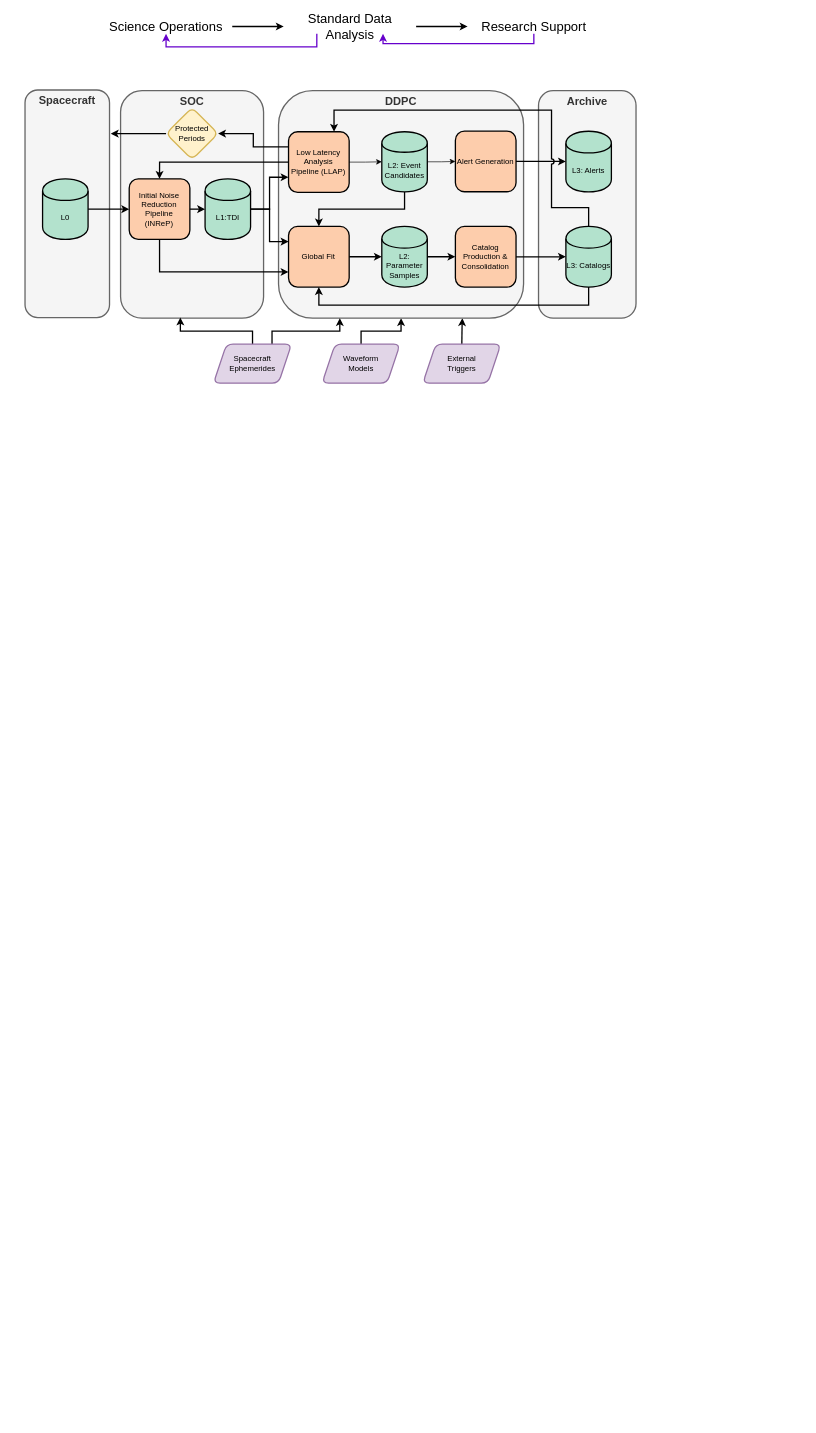
Earlier version of the draw.io diagram page "Overview" (1 of 5) of LISADataFlow.drawio (tlittenberg/ldasoft). Source tidied: cells renumbered, new cells numbered last; positions are measured from the earlier drawing's top-left corner, leaving out a move shared by most shapes. Both pictures are drawn from the tidied source at 65%, with x=0, y=0 at pixel (25, 19).
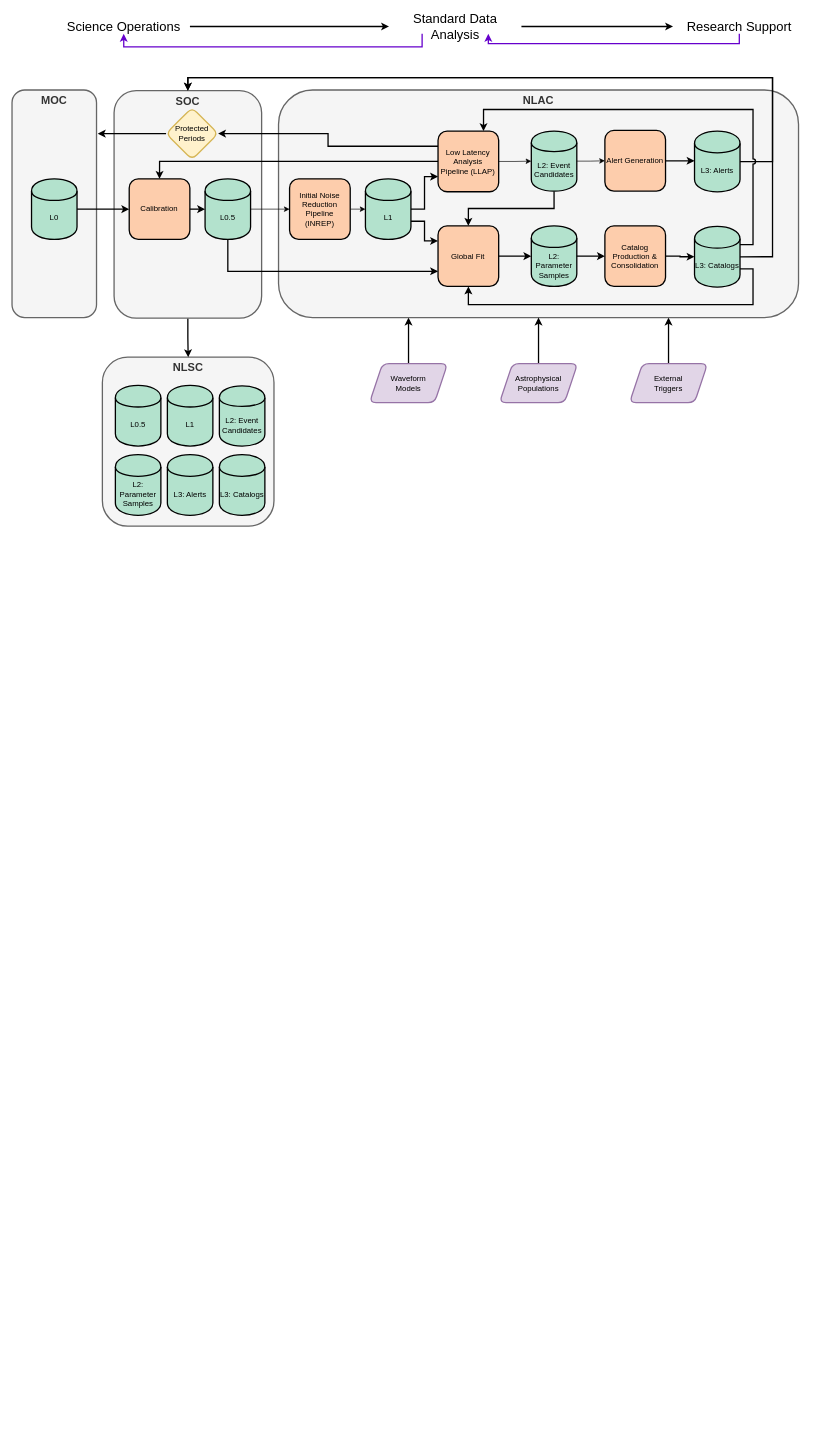
Above is the later version.

Change to the diagram source:
```diff
@@
-    <mxCell id="2" value="Archive" style="rounded=1;whiteSpace=wrap;html=1;fillColor=#f5f5f5;strokeColor=#666666;fontColor=#333333;verticalAlign=top;fontSize=17;fontStyle=1;strokeWidth=2;" parent="1" vertex="1">
-      <mxGeometry x="790" y="110" width="150" height="350" as="geometry" />
+    <mxCell id="2" value="NLSC" style="rounded=1;whiteSpace=wrap;html=1;fillColor=#f5f5f5;strokeColor=#666666;fontColor=#333333;verticalAlign=top;fontSize=17;fontStyle=1;strokeWidth=2;" parent="1" vertex="1">
+      <mxGeometry x="119" y="520" width="264" height="260" as="geometry" />
     </mxCell>
-    <mxCell id="3" value="Spacecraft" style="rounded=1;whiteSpace=wrap;html=1;fillColor=#f5f5f5;strokeColor=#666666;fontColor=#333333;verticalAlign=top;fontSize=17;fontStyle=1;strokeWidth=2;" parent="1" vertex="1">
-      <mxGeometry y="109" width="130" height="350" as="geometry" />
+    <mxCell id="3" value="MOC" style="rounded=1;whiteSpace=wrap;html=1;fillColor=#f5f5f5;strokeColor=#666666;fontColor=#333333;verticalAlign=top;fontSize=17;fontStyle=1;strokeWidth=2;" parent="1" vertex="1">
+      <mxGeometry x="-20" y="109" width="130" height="350" as="geometry" />
     </mxCell>
@@
     <mxCell id="5" value="Science Operations" style="text;html=1;strokeColor=none;fillColor=none;align=center;verticalAlign=middle;whiteSpace=wrap;rounded=0;fontSize=20;" parent="1" vertex="1">
-      <mxGeometry x="115.1" width="203.7" height="22.6" as="geometry" />
+      <mxGeometry x="50" width="203.7" height="22.6" as="geometry" />
     </mxCell>
@@
     <mxCell id="7" value="Standard Data Analysis" style="text;html=1;strokeColor=none;fillColor=none;align=center;verticalAlign=middle;whiteSpace=wrap;rounded=0;fontSize=20;" parent="1" vertex="1">
-      <mxGeometry x="398" width="203.7" height="22.6" as="geometry" />
+      <mxGeometry x="560" width="203.7" height="22.6" as="geometry" />
     </mxCell>
@@
     <mxCell id="10" value="Research Support" style="text;html=1;strokeColor=none;fillColor=none;align=center;verticalAlign=middle;whiteSpace=wrap;rounded=0;fontSize=20;" parent="1" vertex="1">
-      <mxGeometry x="680.9" width="203.7" height="22.6" as="geometry" />
+      <mxGeometry x="997" width="203.7" height="22.6" as="geometry" />
     </mxCell>
@@
-    <mxCell id="12" style="edgeStyle=orthogonalEdgeStyle;rounded=0;jumpStyle=arc;jettySize=auto;html=1;exitX=0.5;exitY=0;exitDx=0;exitDy=0;entryX=0.5;entryY=1;entryDx=0;entryDy=0;strokeColor=#000000;strokeWidth=2;" parent="1" edge="1" source="13" target="16">
+    <mxCell id="12" style="edgeStyle=orthogonalEdgeStyle;rounded=0;jumpStyle=arc;jettySize=auto;html=1;exitX=0.5;exitY=0;exitDx=0;exitDy=0;entryX=0.25;entryY=1;entryDx=0;entryDy=0;strokeColor=#000000;strokeWidth=2;" parent="1" edge="1" source="13" target="16">
       <mxGeometry relative="1" as="geometry" />
     </mxCell>
     <mxCell id="13" value="Waveform &lt;br&gt;Models" style="shape=parallelogram;perimeter=parallelogramPerimeter;whiteSpace=wrap;html=1;fixedSize=1;rounded=1;fillColor=#e1d5e7;strokeColor=#9673a6;strokeWidth=2;" parent="1" vertex="1">
-      <mxGeometry x="457" y="500" width="120" height="60" as="geometry" />
+      <mxGeometry x="530" y="530" width="120" height="60" as="geometry" />
     </mxCell>
-    <mxCell id="14" style="edgeStyle=orthogonalEdgeStyle;rounded=0;jumpStyle=arc;jettySize=auto;html=1;exitX=0.5;exitY=0;exitDx=0;exitDy=0;entryX=0.75;entryY=1;entryDx=0;entryDy=0;strokeColor=#000000;strokeWidth=2;" parent="1" edge="1" source="15" target="16">
+    <mxCell id="14" style="edgeStyle=orthogonalEdgeStyle;rounded=0;jumpStyle=arc;jettySize=auto;html=1;exitX=0.5;exitY=0;exitDx=0;exitDy=0;strokeColor=#000000;strokeWidth=2;entryX=0.75;entryY=1;entryDx=0;entryDy=0;" parent="1" edge="1" source="15" target="16">
       <mxGeometry relative="1" as="geometry" />
     </mxCell>
     <mxCell id="15" value="External &lt;br&gt;Triggers" style="shape=parallelogram;perimeter=parallelogramPerimeter;whiteSpace=wrap;html=1;fixedSize=1;rounded=1;fillColor=#e1d5e7;strokeColor=#9673a6;strokeWidth=2;" parent="1" vertex="1">
-      <mxGeometry x="612" y="500" width="120" height="60" as="geometry" />
+      <mxGeometry x="930" y="530" width="120" height="60" as="geometry" />
     </mxCell>
-    <mxCell id="16" value="DDPC" style="rounded=1;whiteSpace=wrap;html=1;fillColor=#f5f5f5;strokeColor=#666666;fontColor=#333333;verticalAlign=top;fontSize=17;fontStyle=1;strokeWidth=2;" parent="1" vertex="1">
-      <mxGeometry x="390" y="110" width="377" height="350" as="geometry" />
+    <mxCell id="16" value="NLAC" style="rounded=1;whiteSpace=wrap;html=1;fillColor=#f5f5f5;strokeColor=#666666;fontColor=#333333;verticalAlign=top;fontSize=17;fontStyle=1;strokeWidth=2;" parent="1" vertex="1">
+      <mxGeometry x="390" y="109" width="800" height="350" as="geometry" />
     </mxCell>
+    <mxCell id="50" style="edgeStyle=orthogonalEdgeStyle;rounded=0;jettySize=auto;html=1;exitX=0.5;exitY=1;exitDx=0;exitDy=0;entryX=0.5;entryY=0;entryDx=0;entryDy=0;strokeWidth=2;" parent="1" edge="1" source="17" target="2">
+      <mxGeometry relative="1" as="geometry" />
+    </mxCell>
     <mxCell id="17" value="SOC" style="rounded=1;whiteSpace=wrap;html=1;fillColor=#f5f5f5;strokeColor=#666666;fontColor=#333333;verticalAlign=top;fontSize=17;fontStyle=1;strokeWidth=2;" parent="1" vertex="1">
-      <mxGeometry x="147" y="110" width="220" height="350" as="geometry" />
+      <mxGeometry x="137" y="110" width="227" height="350" as="geometry" />
     </mxCell>
-    <mxCell id="18" value="Initial Noise Reduction Pipeline &lt;br&gt;(INReP)" style="whiteSpace=wrap;html=1;fillColor=#fdcdac;strokeWidth=2;rounded=1;" parent="1" vertex="1">
+    <mxCell id="18" value="Calibration" style="whiteSpace=wrap;html=1;fillColor=#fdcdac;strokeWidth=2;rounded=1;" parent="1" vertex="1">
       <mxGeometry x="160.3" y="245.6" width="93.3" height="93.3" as="geometry" />
     </mxCell>
     <mxCell id="19" value="Global Fit" style="whiteSpace=wrap;html=1;fillColor=#fdcdac;strokeWidth=2;rounded=1;" parent="1" vertex="1">
-      <mxGeometry x="405.4" y="318.9" width="93.3" height="93.3" as="geometry" />
+      <mxGeometry x="635.4" y="317.9" width="93.3" height="93.3" as="geometry" />
     </mxCell>
     <mxCell id="20" value="L2: Parameter Samples" style="shape=cylinder;whiteSpace=wrap;html=1;boundedLbl=1;backgroundOutline=1;fillColor=#b3e2cd;strokeWidth=2;" parent="1" vertex="1">
-      <mxGeometry x="548.9" y="318.9" width="70" height="93.3" as="geometry" />
+      <mxGeometry x="778.9" y="317.9" width="70" height="93.3" as="geometry" />
     </mxCell>
@@
     <mxCell id="25" value="Low Latency Analysis &lt;br&gt;Pipeline (LLAP)" style="whiteSpace=wrap;html=1;fillColor=#fdcdac;strokeWidth=2;rounded=1;" parent="1" vertex="1">
-      <mxGeometry x="405.4" y="173.2" width="93.3" height="93.3" as="geometry" />
+      <mxGeometry x="635.4" y="172.2" width="93.3" height="93.3" as="geometry" />
     </mxCell>
     <mxCell id="26" value="L2:&amp;nbsp;Event Candidates" style="shape=cylinder;whiteSpace=wrap;html=1;boundedLbl=1;backgroundOutline=1;fillColor=#b3e2cd;strokeWidth=2;" parent="1" vertex="1">
-      <mxGeometry x="548.9" y="173.2" width="70" height="92.4" as="geometry" />
+      <mxGeometry x="778.9" y="172.2" width="70" height="92.4" as="geometry" />
     </mxCell>
@@
     <mxCell id="28" value="Catalog Production &amp;amp; Consolidation" style="whiteSpace=wrap;html=1;fillColor=#fdcdac;strokeWidth=2;rounded=1;" parent="1" vertex="1">
-      <mxGeometry x="662.1" y="318.9" width="93.3" height="93.3" as="geometry" />
+      <mxGeometry x="892.1" y="317.9" width="93.3" height="93.3" as="geometry" />
     </mxCell>
@@
-    <mxCell id="30" style="edgeStyle=orthogonalEdgeStyle;rounded=0;jettySize=auto;html=1;entryX=0.5;entryY=1;entryDx=0;entryDy=0;fontSize=20;strokeColor=#000000;exitX=0.5;exitY=1;exitDx=0;exitDy=0;strokeWidth=2;" parent="1" edge="1" source="31" target="19">
+    <mxCell id="30" style="edgeStyle=orthogonalEdgeStyle;rounded=0;jettySize=auto;html=1;entryX=0.5;entryY=1;entryDx=0;entryDy=0;fontSize=20;strokeColor=#000000;exitX=1;exitY=0.7;exitDx=0;exitDy=0;strokeWidth=2;" parent="1" edge="1" source="31" target="19">
       <mxGeometry x="117" y="237.9" as="geometry">
         <Array as="points">
-          <mxPoint x="867" y="440" />
-          <mxPoint x="452" y="440" />
+          <mxPoint x="1120" y="384" />
+          <mxPoint x="1120" y="439" />
+          <mxPoint x="682" y="439" />
         </Array>
       </mxGeometry>
     </mxCell>
+    <mxCell id="51" style="edgeStyle=orthogonalEdgeStyle;rounded=0;jettySize=auto;html=1;exitX=1;exitY=0.5;exitDx=0;exitDy=0;entryX=0.5;entryY=0;entryDx=0;entryDy=0;strokeWidth=2;" parent="1" edge="1" source="31" target="17">
+      <mxGeometry relative="1" as="geometry">
+        <Array as="points">
+          <mxPoint x="1150" y="366" />
+          <mxPoint x="1150" y="90" />
+          <mxPoint x="250" y="90" />
+          <mxPoint x="250" y="110" />
+        </Array>
+      </mxGeometry>
+    </mxCell>
     <mxCell id="31" value="L3: Catalogs" style="shape=cylinder;whiteSpace=wrap;html=1;boundedLbl=1;backgroundOutline=1;fillColor=#b3e2cd;strokeWidth=2;" parent="1" vertex="1">
-      <mxGeometry x="832.1" y="318.9" width="70" height="93.3" as="geometry" />
+      <mxGeometry x="1030" y="318.9" width="70" height="93.3" as="geometry" />
     </mxCell>
@@
-    <mxCell id="33" style="edgeStyle=orthogonalEdgeStyle;rounded=0;jettySize=auto;html=1;exitX=1;exitY=0.5;exitDx=0;exitDy=0;entryX=0;entryY=0.75;entryDx=0;entryDy=0;strokeWidth=2;strokeColor=#000000;" parent="1" edge="1" source="35" target="25">
+    <mxCell id="33" style="edgeStyle=orthogonalEdgeStyle;rounded=0;jettySize=auto;html=1;exitX=1;exitY=0.5;exitDx=0;exitDy=0;entryX=0;entryY=0.75;entryDx=0;entryDy=0;strokeWidth=2;strokeColor=#000000;" parent="1" edge="1" source="56" target="25">
       <mxGeometry x="117" y="237.9" as="geometry" />
     </mxCell>
-    <mxCell id="34" style="edgeStyle=orthogonalEdgeStyle;rounded=0;jumpStyle=arc;jettySize=auto;html=1;exitX=1;exitY=0.5;exitDx=0;exitDy=0;entryX=0;entryY=0.25;entryDx=0;entryDy=0;strokeWidth=2;strokeColor=#000000;" parent="1" edge="1" source="35" target="19">
+    <mxCell id="34" style="edgeStyle=orthogonalEdgeStyle;rounded=0;jumpStyle=arc;jettySize=auto;html=1;exitX=1;exitY=0.7;exitDx=0;exitDy=0;entryX=0;entryY=0.25;entryDx=0;entryDy=0;strokeWidth=2;strokeColor=#000000;" parent="1" edge="1" source="56" target="19">
       <mxGeometry relative="1" as="geometry" />
     </mxCell>
+    <mxCell id="52" style="edgeStyle=orthogonalEdgeStyle;rounded=0;jettySize=auto;html=1;exitX=1;exitY=0.5;exitDx=0;exitDy=0;entryX=0;entryY=0.5;entryDx=0;entryDy=0;" parent="1" edge="1" source="35" target="55">
+      <mxGeometry relative="1" as="geometry" />
+    </mxCell>
-    <mxCell id="35" value="L1:TDI" style="shape=cylinder;whiteSpace=wrap;html=1;boundedLbl=1;backgroundOutline=1;fillColor=#b3e2cd;strokeWidth=2;" parent="1" vertex="1">
+    <mxCell id="35" value="L0.5" style="shape=cylinder;whiteSpace=wrap;html=1;boundedLbl=1;backgroundOutline=1;fillColor=#b3e2cd;strokeWidth=2;" parent="1" vertex="1">
       <mxGeometry x="277" y="245.6" width="70" height="93.3" as="geometry" />
     </mxCell>
@@
-    <mxCell id="38" style="edgeStyle=orthogonalEdgeStyle;rounded=0;jumpStyle=arc;jettySize=auto;html=1;exitX=0.5;exitY=1;exitDx=0;exitDy=0;entryX=0;entryY=0.75;entryDx=0;entryDy=0;fillColor=#6a00ff;strokeColor=#000000;strokeWidth=2;" parent="1" edge="1" source="18" target="19">
+    <mxCell id="38" style="edgeStyle=orthogonalEdgeStyle;rounded=0;jumpStyle=arc;jettySize=auto;html=1;exitX=0.5;exitY=1;exitDx=0;exitDy=0;entryX=0;entryY=0.75;entryDx=0;entryDy=0;fillColor=#6a00ff;strokeColor=#000000;strokeWidth=2;" parent="1" edge="1" source="35" target="19">
       <mxGeometry relative="1" as="geometry" />
     </mxCell>
     <mxCell id="39" value="L0" style="shape=cylinder;whiteSpace=wrap;html=1;boundedLbl=1;backgroundOutline=1;fillColor=#b3e2cd;strokeWidth=2;" parent="1" vertex="1">
-      <mxGeometry x="27" y="245.6" width="70" height="93.3" as="geometry" />
+      <mxGeometry x="10" y="245.6" width="70" height="93.3" as="geometry" />
     </mxCell>
+    <mxCell id="53" style="edgeStyle=orthogonalEdgeStyle;rounded=0;jettySize=auto;html=1;entryX=0.5;entryY=0;entryDx=0;entryDy=0;strokeWidth=2;" parent="1" edge="1" source="40" target="17">
+      <mxGeometry relative="1" as="geometry">
+        <Array as="points">
+          <mxPoint x="1150" y="219" />
+          <mxPoint x="1150" y="90" />
+          <mxPoint x="250" y="90" />
+          <mxPoint x="250" y="110" />
+        </Array>
+      </mxGeometry>
+    </mxCell>
     <mxCell id="40" value="L3: Alerts" style="shape=cylinder;whiteSpace=wrap;html=1;boundedLbl=1;backgroundOutline=1;fillColor=#b3e2cd;strokeWidth=2;" parent="1" vertex="1">
-      <mxGeometry x="832.1" y="172.4" width="70" height="93.3" as="geometry" />
+      <mxGeometry x="1030" y="172.3" width="70" height="93.3" as="geometry" />
     </mxCell>
     <mxCell id="41" value="Alert Generation" style="whiteSpace=wrap;html=1;fillColor=#fdcdac;strokeWidth=2;rounded=1;" parent="1" vertex="1">
-      <mxGeometry x="662.1" y="172.2" width="93.3" height="93.3" as="geometry" />
+      <mxGeometry x="892.1" y="171.2" width="93.3" height="93.3" as="geometry" />
     </mxCell>
     <mxCell id="42" style="edgeStyle=orthogonalEdgeStyle;rounded=0;jettySize=auto;html=1;exitX=1;exitY=0.5;exitDx=0;exitDy=0;jumpStyle=arc;strokeWidth=2;strokeColor=#000000;" parent="1" edge="1" source="41" target="40">
       <mxGeometry relative="1" as="geometry">
         <Array as="points">
-          <mxPoint x="760" y="219" />
-          <mxPoint x="760" y="219" />
+          <mxPoint x="990" y="218" />
+          <mxPoint x="990" y="218" />
         </Array>
       </mxGeometry>
     </mxCell>
@@
-    <mxCell id="44" style="edgeStyle=orthogonalEdgeStyle;rounded=0;jettySize=auto;html=1;entryX=0.75;entryY=0;entryDx=0;entryDy=0;exitX=0.5;exitY=0;exitDx=0;exitDy=0;strokeColor=#000000;jumpStyle=arc;strokeWidth=2;" parent="1" edge="1" source="31" target="25">
+    <mxCell id="44" style="edgeStyle=orthogonalEdgeStyle;rounded=0;jettySize=auto;html=1;entryX=0.75;entryY=0;entryDx=0;entryDy=0;exitX=1;exitY=0.3;exitDx=0;exitDy=0;strokeColor=#000000;jumpStyle=arc;strokeWidth=2;" parent="1" edge="1" source="31" target="25">
       <mxGeometry x="117" y="237.9" as="geometry">
         <Array as="points">
-          <mxPoint x="867" y="290" />
-          <mxPoint x="810" y="290" />
-          <mxPoint x="810" y="140" />
-          <mxPoint x="475" y="140" />
+          <mxPoint x="1120" y="347" />
+          <mxPoint x="1120" y="139" />
+          <mxPoint x="705" y="139" />
         </Array>
       </mxGeometry>
     </mxCell>
-    <mxCell id="45" style="edgeStyle=orthogonalEdgeStyle;rounded=0;jumpStyle=arc;jettySize=auto;html=1;exitX=0.5;exitY=0;exitDx=0;exitDy=0;entryX=0.418;entryY=0.997;entryDx=0;entryDy=0;entryPerimeter=0;strokeColor=#000000;strokeWidth=2;" parent="1" edge="1" source="47" target="17">
-      <mxGeometry relative="1" as="geometry">
-        <Array as="points">
-          <mxPoint x="350" y="480" />
-          <mxPoint x="239" y="480" />
-        </Array>
-      </mxGeometry>
-    </mxCell>
-    <mxCell id="46" style="edgeStyle=orthogonalEdgeStyle;rounded=0;jumpStyle=arc;jettySize=auto;html=1;exitX=0.75;exitY=0;exitDx=0;exitDy=0;entryX=0.25;entryY=1;entryDx=0;entryDy=0;strokeColor=#000000;strokeWidth=2;" parent="1" edge="1" source="47" target="16">
-      <mxGeometry relative="1" as="geometry" />
-    </mxCell>
-    <mxCell id="47" value="Spacecraft Ephemerides" style="shape=parallelogram;perimeter=parallelogramPerimeter;whiteSpace=wrap;html=1;fixedSize=1;rounded=1;fillColor=#e1d5e7;strokeColor=#9673a6;strokeWidth=2;" parent="1" vertex="1">
-      <mxGeometry x="290" y="500" width="120" height="60" as="geometry" />
-    </mxCell>
@@
+    <mxCell id="54" style="edgeStyle=orthogonalEdgeStyle;rounded=0;jettySize=auto;html=1;exitX=1;exitY=0.5;exitDx=0;exitDy=0;entryX=0;entryY=0.5;entryDx=0;entryDy=0;" parent="1" edge="1" source="55" target="56">
+      <mxGeometry relative="1" as="geometry" />
+    </mxCell>
+    <mxCell id="55" value="Initial Noise Reduction Pipeline &lt;br&gt;(INREP)" style="whiteSpace=wrap;html=1;fillColor=#fdcdac;strokeWidth=2;rounded=1;" parent="1" vertex="1">
+      <mxGeometry x="407" y="245.6" width="93.3" height="93.3" as="geometry" />
+    </mxCell>
+    <mxCell id="56" value="L1" style="shape=cylinder;whiteSpace=wrap;html=1;boundedLbl=1;backgroundOutline=1;fillColor=#b3e2cd;strokeWidth=2;" parent="1" vertex="1">
+      <mxGeometry x="523.7" y="245.6" width="70" height="93.3" as="geometry" />
+    </mxCell>
+    <mxCell id="57" value="L2: Parameter Samples" style="shape=cylinder;whiteSpace=wrap;html=1;boundedLbl=1;backgroundOutline=1;fillColor=#b3e2cd;strokeWidth=2;" parent="1" vertex="1">
+      <mxGeometry x="139" y="670" width="70" height="93.3" as="geometry" />
+    </mxCell>
+    <mxCell id="58" value="L2:&amp;nbsp;Event Candidates" style="shape=cylinder;whiteSpace=wrap;html=1;boundedLbl=1;backgroundOutline=1;fillColor=#b3e2cd;strokeWidth=2;" parent="1" vertex="1">
+      <mxGeometry x="299" y="564.3" width="70" height="92.4" as="geometry" />
+    </mxCell>
+    <mxCell id="59" value="L3: Catalogs" style="shape=cylinder;whiteSpace=wrap;html=1;boundedLbl=1;backgroundOutline=1;fillColor=#b3e2cd;strokeWidth=2;" parent="1" vertex="1">
+      <mxGeometry x="299" y="670" width="70" height="93.3" as="geometry" />
+    </mxCell>
+    <mxCell id="60" value="L0.5" style="shape=cylinder;whiteSpace=wrap;html=1;boundedLbl=1;backgroundOutline=1;fillColor=#b3e2cd;strokeWidth=2;" parent="1" vertex="1">
+      <mxGeometry x="139" y="563.4" width="70" height="93.3" as="geometry" />
+    </mxCell>
+    <mxCell id="61" value="L3: Alerts" style="shape=cylinder;whiteSpace=wrap;html=1;boundedLbl=1;backgroundOutline=1;fillColor=#b3e2cd;strokeWidth=2;" parent="1" vertex="1">
+      <mxGeometry x="219" y="670" width="70" height="93.3" as="geometry" />
+    </mxCell>
+    <mxCell id="62" value="L1" style="shape=cylinder;whiteSpace=wrap;html=1;boundedLbl=1;backgroundOutline=1;fillColor=#b3e2cd;strokeWidth=2;" parent="1" vertex="1">
+      <mxGeometry x="219" y="563.4" width="70" height="93.3" as="geometry" />
+    </mxCell>
+    <mxCell id="63" style="edgeStyle=orthogonalEdgeStyle;rounded=0;jettySize=auto;html=1;exitX=0.5;exitY=0;exitDx=0;exitDy=0;entryX=0.5;entryY=1;entryDx=0;entryDy=0;strokeWidth=2;" parent="1" edge="1" source="64" target="16">
+      <mxGeometry relative="1" as="geometry" />
+    </mxCell>
+    <mxCell id="64" value="Astrophysical Populations" style="shape=parallelogram;perimeter=parallelogramPerimeter;whiteSpace=wrap;html=1;fixedSize=1;rounded=1;fillColor=#e1d5e7;strokeColor=#9673a6;strokeWidth=2;" parent="1" vertex="1">
+      <mxGeometry x="730" y="530" width="120" height="60" as="geometry" />
+    </mxCell>
```
